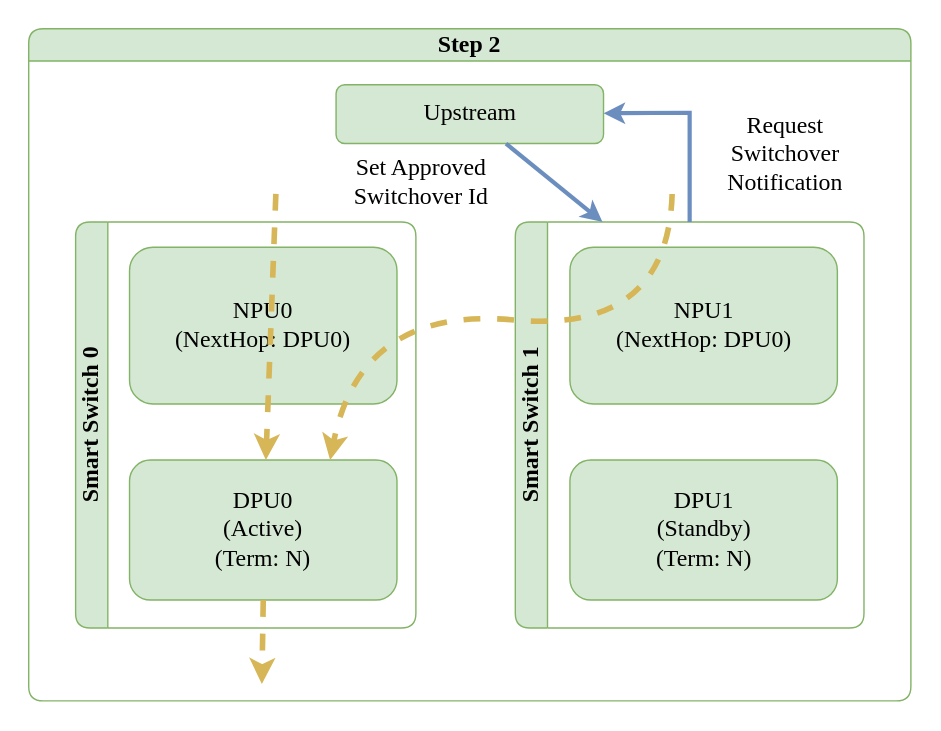
The draw.io diagram doc/smart-switch/high-availability/images/ha-planned-events-switchover-step-2.svg in sonic-net/SONiC, before a commit. Source tidied: cells renumbered, new cells last; positions are measured from the earlier drawing's top-left corner, leaving out a move shared by most shapes.
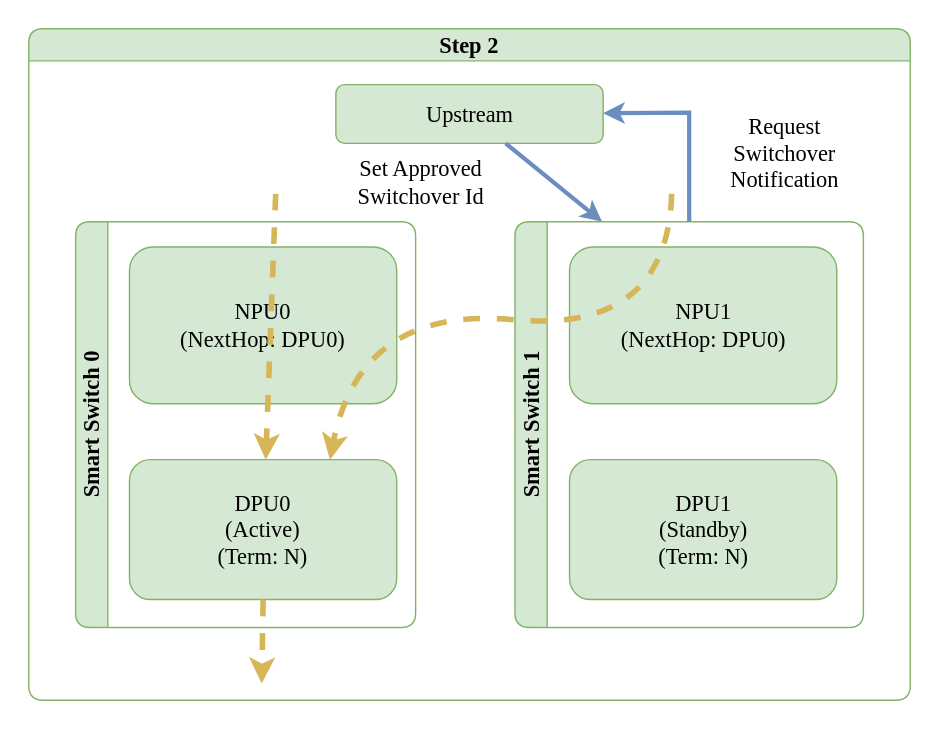
The same file after the commit.

Change to the diagram source:
```diff
@@ -2,33 +2,33 @@
   <root>
     <mxCell id="0" />
     <mxCell id="1" parent="0" />
-    <mxCell id="2" value="Step 2" style="swimlane;horizontal=1;whiteSpace=wrap;html=1;rounded=1;labelBorderColor=none;strokeColor=#82b366;fontFamily=Consolas;fontSize=17;startSize=23;fillColor=#d5e8d4;swimlaneFillColor=#FFFFFF;" parent="1" vertex="1">
+    <mxCell id="2" value="Step 2" style="swimlane;horizontal=1;whiteSpace=wrap;html=1;rounded=1;labelBorderColor=none;strokeColor=#82b366;fontFamily=Monaco;fontSize=16;startSize=23;fillColor=#d5e8d4;swimlaneFillColor=#FFFFFF;" parent="1" vertex="1">
       <mxGeometry width="630" height="480" as="geometry" />
     </mxCell>
-    <mxCell id="3" value="Smart Switch 0" style="swimlane;horizontal=0;whiteSpace=wrap;html=1;rounded=1;labelBorderColor=none;strokeColor=#82b366;fontFamily=Consolas;fontSize=17;startSize=23;fillColor=#d5e8d4;swimlaneFillColor=#FFFFFF;" parent="2" vertex="1">
+    <mxCell id="3" value="Smart Switch 0" style="swimlane;horizontal=0;whiteSpace=wrap;html=1;rounded=1;labelBorderColor=none;strokeColor=#82b366;fontFamily=Monaco;fontSize=16;startSize=23;fillColor=#d5e8d4;swimlaneFillColor=#FFFFFF;" parent="2" vertex="1">
       <mxGeometry x="33.5" y="138" width="243" height="290" as="geometry" />
     </mxCell>
-    <mxCell id="4" value="NPU0&lt;br style=&quot;font-size: 17px;&quot;&gt;(NextHop: DPU0)" style="rounded=1;whiteSpace=wrap;html=1;strokeColor=#82b366;fontFamily=Consolas;fontSize=17;startSize=23;fillColor=#d5e8d4;" parent="3" vertex="1">
+    <mxCell id="4" value="NPU0&lt;br style=&quot;font-size: 16px;&quot;&gt;(NextHop: DPU0)" style="rounded=1;whiteSpace=wrap;html=1;strokeColor=#82b366;fontFamily=Monaco;fontSize=16;startSize=23;fillColor=#d5e8d4;" parent="3" vertex="1">
       <mxGeometry x="38.5" y="18" width="191" height="112" as="geometry" />
     </mxCell>
-    <mxCell id="5" value="DPU0&lt;br style=&quot;border-color: var(--border-color); font-size: 17px;&quot;&gt;(Active)&lt;br style=&quot;border-color: var(--border-color); font-size: 17px;&quot;&gt;(Term: N)" style="rounded=1;whiteSpace=wrap;html=1;strokeColor=#82b366;fontFamily=Consolas;fontSize=17;startSize=23;fillColor=#d5e8d4;" parent="3" vertex="1">
+    <mxCell id="5" value="DPU0&lt;br style=&quot;border-color: var(--border-color); font-size: 16px;&quot;&gt;(Active)&lt;br style=&quot;border-color: var(--border-color); font-size: 16px;&quot;&gt;(Term: N)" style="rounded=1;whiteSpace=wrap;html=1;strokeColor=#82b366;fontFamily=Monaco;fontSize=16;startSize=23;fillColor=#d5e8d4;" parent="3" vertex="1">
       <mxGeometry x="38.5" y="170" width="191" height="100" as="geometry" />
     </mxCell>
-    <mxCell id="6" value="Smart Switch 1" style="swimlane;horizontal=0;whiteSpace=wrap;html=1;rounded=1;labelBorderColor=none;strokeColor=#82b366;fontFamily=Consolas;fontSize=17;startSize=23;fillColor=#d5e8d4;swimlaneFillColor=#FFFFFF;" parent="2" vertex="1">
+    <mxCell id="6" value="Smart Switch 1" style="swimlane;horizontal=0;whiteSpace=wrap;html=1;rounded=1;labelBorderColor=none;strokeColor=#82b366;fontFamily=Monaco;fontSize=16;startSize=23;fillColor=#d5e8d4;swimlaneFillColor=#FFFFFF;" parent="2" vertex="1">
       <mxGeometry x="347.5" y="138" width="249" height="290" as="geometry" />
     </mxCell>
-    <mxCell id="7" value="NPU1&lt;br style=&quot;font-size: 17px;&quot;&gt;(NextHop: DPU0)" style="rounded=1;whiteSpace=wrap;html=1;strokeColor=#82b366;fontFamily=Consolas;fontSize=17;startSize=23;fillColor=#d5e8d4;" parent="6" vertex="1">
+    <mxCell id="7" value="NPU1&lt;br style=&quot;font-size: 16px;&quot;&gt;(NextHop: DPU0)" style="rounded=1;whiteSpace=wrap;html=1;strokeColor=#82b366;fontFamily=Monaco;fontSize=16;startSize=23;fillColor=#d5e8d4;" parent="6" vertex="1">
       <mxGeometry x="39" y="18" width="191" height="112" as="geometry" />
     </mxCell>
-    <mxCell id="8" value="DPU1&lt;br style=&quot;border-color: var(--border-color); font-size: 17px;&quot;&gt;(Standby)&lt;br style=&quot;border-color: var(--border-color); font-size: 17px;&quot;&gt;(Term: N)" style="rounded=1;whiteSpace=wrap;html=1;strokeColor=#82b366;fontFamily=Consolas;fontSize=17;startSize=23;fillColor=#d5e8d4;" parent="6" vertex="1">
+    <mxCell id="8" value="DPU1&lt;br style=&quot;border-color: var(--border-color); font-size: 16px;&quot;&gt;(Standby)&lt;br style=&quot;border-color: var(--border-color); font-size: 16px;&quot;&gt;(Term: N)" style="rounded=1;whiteSpace=wrap;html=1;strokeColor=#82b366;fontFamily=Monaco;fontSize=16;startSize=23;fillColor=#d5e8d4;" parent="6" vertex="1">
       <mxGeometry x="39" y="170" width="191" height="100" as="geometry" />
     </mxCell>
-    <mxCell id="9" style="curved=1;endArrow=classic;html=1;rounded=0;fillColor=#fff2cc;strokeColor=#d6b656;strokeWidth=4;dashed=1;endFill=1;fontFamily=Consolas;fontSize=17;" parent="2" edge="1" target="5">
+    <mxCell id="9" style="curved=1;endArrow=classic;html=1;rounded=0;fillColor=#fff2cc;strokeColor=#d6b656;strokeWidth=4;dashed=1;endFill=1;fontFamily=Monaco;fontSize=16;" parent="2" edge="1" target="5">
       <mxGeometry relative="1" as="geometry">
         <mxPoint x="176.5" y="118" as="sourcePoint" />
       </mxGeometry>
     </mxCell>
-    <mxCell id="10" style="curved=1;endArrow=classic;html=1;rounded=0;entryX=0.75;entryY=0;entryDx=0;entryDy=0;fillColor=#fff2cc;strokeColor=#d6b656;strokeWidth=4;dashed=1;endFill=1;fontFamily=Consolas;fontSize=17;" parent="2" edge="1" target="5">
+    <mxCell id="10" style="curved=1;endArrow=classic;html=1;rounded=0;entryX=0.75;entryY=0;entryDx=0;entryDy=0;fillColor=#fff2cc;strokeColor=#d6b656;strokeWidth=4;dashed=1;endFill=1;fontFamily=Monaco;fontSize=16;" parent="2" edge="1" target="5">
       <mxGeometry relative="1" as="geometry">
         <mxPoint x="459.5" y="118" as="sourcePoint" />
         <Array as="points">
@@ -37,22 +37,22 @@
         </Array>
       </mxGeometry>
     </mxCell>
-    <mxCell id="11" style="endArrow=classic;html=1;rounded=0;fillColor=#fff2cc;strokeColor=#d6b656;strokeWidth=4;dashed=1;endFill=1;exitX=0.5;exitY=1;exitDx=0;exitDy=0;fontFamily=Consolas;fontSize=17;" parent="2" edge="1" source="5">
+    <mxCell id="11" style="endArrow=classic;html=1;rounded=0;fillColor=#fff2cc;strokeColor=#d6b656;strokeWidth=4;dashed=1;endFill=1;exitX=0.5;exitY=1;exitDx=0;exitDy=0;fontFamily=Monaco;fontSize=16;" parent="2" edge="1" source="5">
       <mxGeometry relative="1" as="geometry">
         <mxPoint x="166.5" y="468" as="targetPoint" />
       </mxGeometry>
     </mxCell>
-    <mxCell id="12" value="Request&lt;br style=&quot;font-size: 17px;&quot;&gt;Switchover&lt;br style=&quot;font-size: 17px;&quot;&gt;Notification" style="endArrow=none;startArrow=classic;html=1;rounded=0;fillColor=#dae8fc;strokeColor=#6c8ebf;strokeWidth=3;fontFamily=Consolas;fontSize=17;startFill=1;endFill=0;labelBackgroundColor=none;entryX=0.5;entryY=0;entryDx=0;entryDy=0;" parent="2" edge="1" source="13" target="6">
+    <mxCell id="12" value="Request&lt;br style=&quot;font-size: 16px;&quot;&gt;Switchover&lt;br style=&quot;font-size: 16px;&quot;&gt;Notification" style="endArrow=none;startArrow=classic;html=1;rounded=0;fillColor=#dae8fc;strokeColor=#6c8ebf;strokeWidth=3;fontFamily=Monaco;fontSize=16;startFill=1;endFill=0;labelBackgroundColor=none;entryX=0.5;entryY=0;entryDx=0;entryDy=0;" parent="2" edge="1" source="13" target="6">
       <mxGeometry x="0.31" y="68" relative="1" as="geometry">
         <Array as="points">
           <mxPoint x="472" y="60" />
         </Array>
       </mxGeometry>
     </mxCell>
-    <mxCell id="13" value="Upstream" style="rounded=1;whiteSpace=wrap;html=1;strokeColor=#82b366;fontFamily=Consolas;fontSize=17;startSize=23;fillColor=#d5e8d4;" parent="2" vertex="1">
+    <mxCell id="13" value="Upstream" style="rounded=1;whiteSpace=wrap;html=1;strokeColor=#82b366;fontFamily=Monaco;fontSize=16;startSize=23;fillColor=#d5e8d4;" parent="2" vertex="1">
       <mxGeometry x="219.5" y="40" width="191" height="42" as="geometry" />
     </mxCell>
-    <mxCell id="14" value="Set Approved&lt;br style=&quot;font-size: 17px;&quot;&gt;Switchover Id" style="endArrow=classic;startArrow=none;html=1;rounded=0;fillColor=#dae8fc;strokeColor=#6c8ebf;strokeWidth=3;fontFamily=Consolas;fontSize=17;startFill=0;endFill=1;labelBackgroundColor=none;entryX=0.25;entryY=0;entryDx=0;entryDy=0;" parent="2" edge="1" source="13" target="6">
+    <mxCell id="14" value="Set Approved&lt;br style=&quot;font-size: 16px;&quot;&gt;Switchover Id" style="endArrow=classic;startArrow=none;html=1;rounded=0;fillColor=#dae8fc;strokeColor=#6c8ebf;strokeWidth=3;fontFamily=Monaco;fontSize=16;startFill=0;endFill=1;labelBackgroundColor=none;entryX=0.25;entryY=0;entryDx=0;entryDy=0;" parent="2" edge="1" source="13" target="6">
       <mxGeometry x="-1" y="-67" relative="1" as="geometry">
         <mxPoint x="-19" y="-24" as="offset" />
       </mxGeometry>
```
